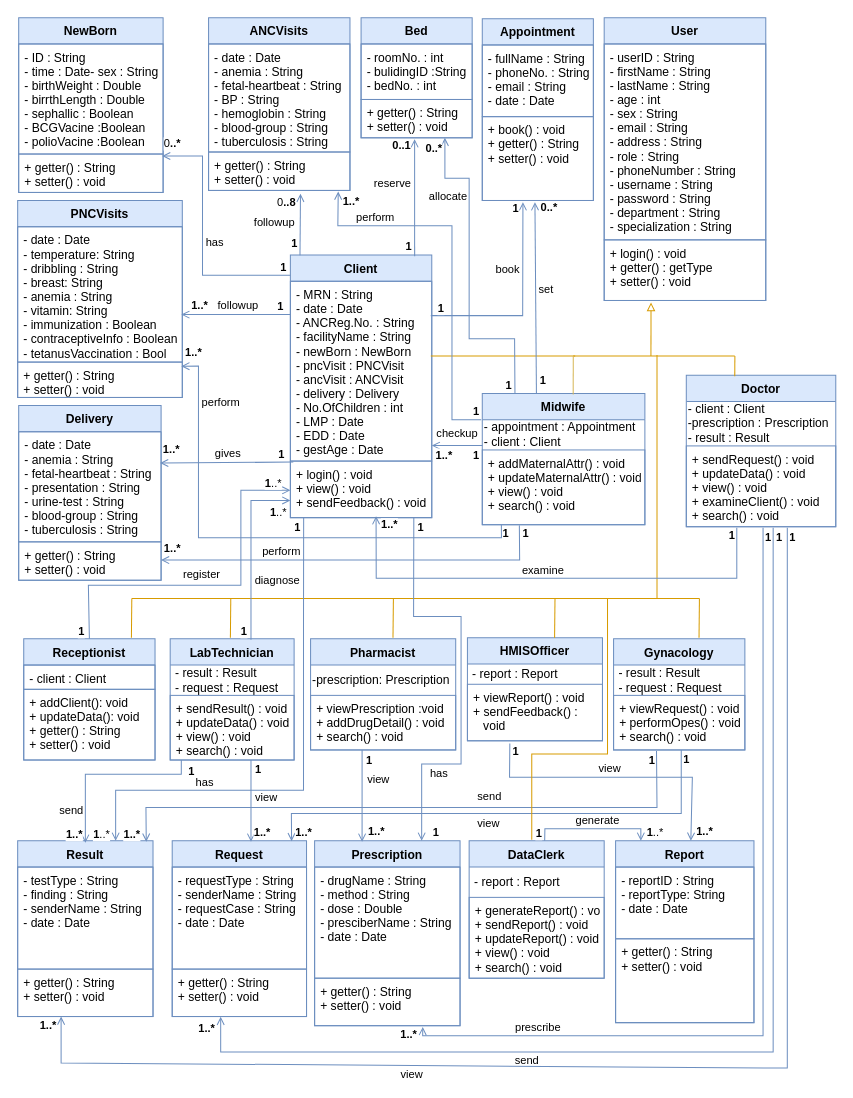
The draw.io diagram Detailed Class Diagram.drawio in fasil712/UML_Diagram_Design, before the edit. Source tidied: cells renumbered, new cells numbered last; positions are measured from the earlier drawing's top-left corner, leaving out a move shared by most shapes. Both pictures are drawn from the tidied source at 101%, with x=0, y=0 at pixel (17, 17).
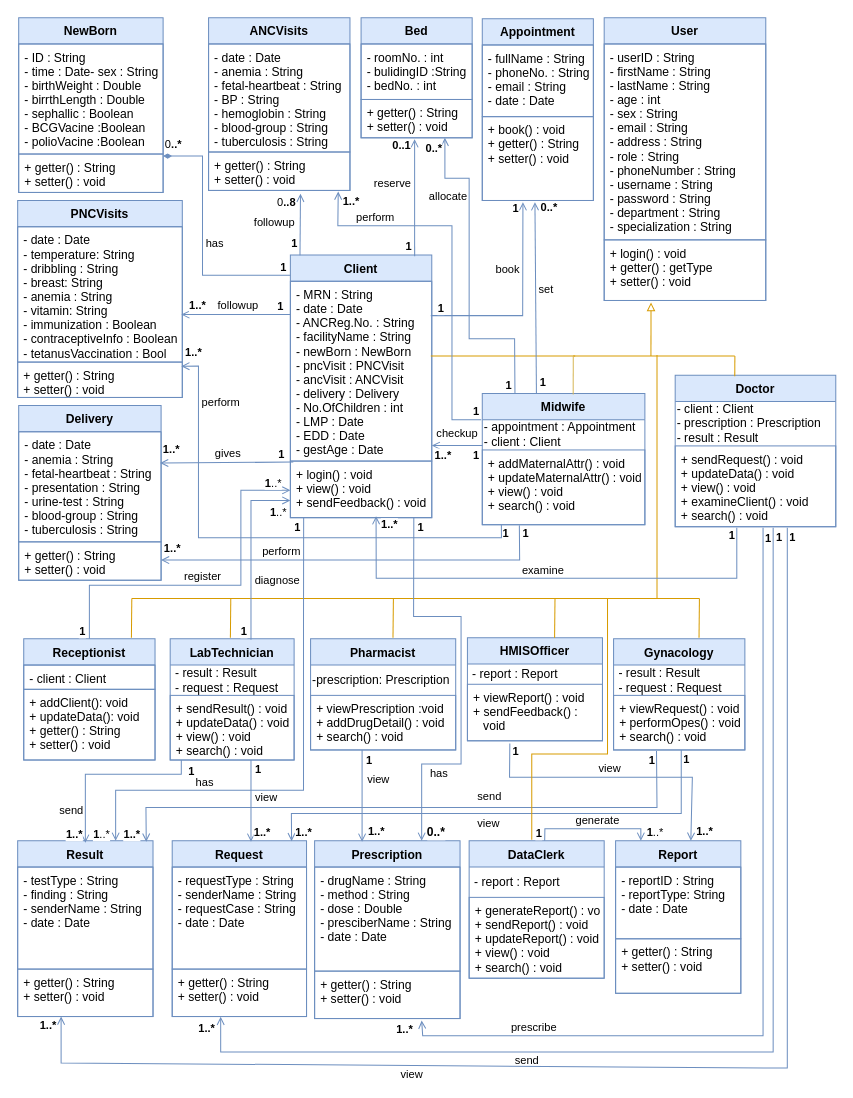
The same page after the edit.

Unchanged cells that the change refers to:
```xml
<mxCell id="46" style="endArrow=open;html=1;rounded=0;strokeWidth=1;fillColor=#dae8fc;strokeColor=#6c8ebf;endFill=0;" parent="1" edge="1">
  <mxGeometry relative="1" as="geometry">
    <mxPoint x="270" y="294" as="sourcePoint" />
    <mxPoint x="162" y="294" as="targetPoint" />
  </mxGeometry>
</mxCell>
<mxCell id="82" style="endArrow=none;html=1;rounded=0;strokeWidth=1;entryX=0.001;entryY=0.009;entryDx=0;entryDy=0;exitX=1;exitY=0.903;exitDx=0;exitDy=0;entryPerimeter=0;fillColor=#dae8fc;strokeColor=#6c8ebf;exitPerimeter=0;startArrow=open;startFill=0;" parent="1" edge="1">
  <mxGeometry relative="1" as="geometry">
    <mxPoint x="410" y="423.7" as="sourcePoint" />
    <mxPoint x="460.2" y="423.7" as="targetPoint" />
  </mxGeometry>
</mxCell>
<mxCell id="94" style="endArrow=open;html=1;rounded=0;strokeWidth=1;fillColor=#dae8fc;strokeColor=#6c8ebf;endFill=0;exitX=0.333;exitY=-0.003;exitDx=0;exitDy=0;exitPerimeter=0;entryX=0.474;entryY=1.02;entryDx=0;entryDy=0;entryPerimeter=0;" parent="1" edge="1" source="32" target="62">
  <mxGeometry relative="1" as="geometry" />
</mxCell>
<mxCell id="167" style="endArrow=open;html=1;rounded=0;strokeWidth=1;fillColor=#dae8fc;strokeColor=#6c8ebf;entryX=0.75;entryY=0;entryDx=0;entryDy=0;endFill=0;exitX=0.873;exitY=1.004;exitDx=0;exitDy=0;exitPerimeter=0;" parent="1" edge="1" source="19">
  <mxGeometry relative="1" as="geometry">
    <mxPoint x="400" y="815" as="targetPoint" />
    <Array as="points">
      <mxPoint x="392" y="593" />
      <mxPoint x="439" y="593" />
      <mxPoint x="439" y="739" />
      <mxPoint x="400" y="739" />
    </Array>
  </mxGeometry>
</mxCell>
```

Diff of the diagram source:
```diff
@@
     <mxCell id="11" value="Prescription" style="swimlane;fontStyle=1;align=center;verticalAlign=top;horizontal=1;startSize=26;strokeWidth=1;spacingTop=0;fontSize=12;strokeColor=#6c8ebf;fillColor=#dae8fc;" parent="1" vertex="1">
-      <mxGeometry x="294" y="815" width="144" height="183" as="geometry" />
+      <mxGeometry x="294" y="815" width="144" height="176" as="geometry" />
     </mxCell>
     <mxCell id="12" value="- drugName : String&#10;- method : String&#10;- dose : Double&#10;- presciberName : String&#10;- date : Date&#10;" style="text;strokeColor=#6C8EBF;fillColor=none;align=left;verticalAlign=top;spacingLeft=4;spacingRight=4;overflow=hidden;strokeWidth=1;spacingTop=0;fontSize=12;" parent="11" vertex="1">
-      <mxGeometry y="26" width="144" height="110" as="geometry" />
+      <mxGeometry y="26" width="144" height="103" as="geometry" />
     </mxCell>
     <mxCell id="13" value="+ getter() : String&#10;+ setter() : void" style="text;strokeColor=#6C8EBF;fillColor=none;align=left;verticalAlign=top;spacingLeft=4;spacingRight=4;overflow=hidden;strokeWidth=1;spacingTop=0;fontSize=12;" parent="11" vertex="1">
-      <mxGeometry y="136" width="144" height="47" as="geometry" />
+      <mxGeometry y="129" width="144" height="47" as="geometry" />
     </mxCell>
     <mxCell id="14" value="Report" style="swimlane;fontStyle=1;align=center;verticalAlign=top;horizontal=1;startSize=26;strokeWidth=1;spacingTop=0;fontSize=12;strokeColor=#6c8ebf;fillColor=#dae8fc;" parent="1" vertex="1">
-      <mxGeometry x="592" y="815" width="137" height="180" as="geometry" />
+      <mxGeometry x="592" y="815" width="124" height="151" as="geometry" />
     </mxCell>
     <mxCell id="15" value="- reportID : String&#10;- reportType: String&#10;- date : Date" style="text;strokeColor=#6C8EBF;fillColor=none;align=left;verticalAlign=top;spacingLeft=4;spacingRight=4;overflow=hidden;strokeWidth=1;spacingTop=0;fontSize=12;" parent="14" vertex="1">
-      <mxGeometry y="26" width="137" height="71" as="geometry" />
+      <mxGeometry y="26" width="124" height="71" as="geometry" />
     </mxCell>
     <mxCell id="16" value="+ getter() : String&#10;+ setter() : void" style="text;strokeColor=#6C8EBF;fillColor=none;align=left;verticalAlign=top;spacingLeft=4;spacingRight=4;overflow=hidden;strokeWidth=1;spacingTop=0;fontSize=12;" parent="14" vertex="1">
-      <mxGeometry y="97" width="137" height="83" as="geometry" />
+      <mxGeometry y="97" width="124" height="54" as="geometry" />
     </mxCell>
@@
     <mxCell id="35" value="Doctor" style="swimlane;fontStyle=1;align=center;verticalAlign=top;horizontal=1;startSize=26;strokeWidth=1;spacingTop=0;fontSize=12;strokeColor=#6c8ebf;fillColor=#dae8fc;" parent="1" vertex="1">
-      <mxGeometry x="662" y="354" width="148" height="150" as="geometry" />
+      <mxGeometry x="651" y="354" width="159" height="150" as="geometry" />
     </mxCell>
-    <mxCell id="36" value="&lt;div align=&quot;left&quot;&gt;- client : Client&lt;/div&gt;&lt;div align=&quot;left&quot;&gt;-prescription : Prescription&lt;br&gt;&lt;/div&gt;&lt;div align=&quot;left&quot;&gt;- result : Result&lt;br&gt;&lt;/div&gt;" style="text;html=1;strokeColor=none;fillColor=none;align=left;verticalAlign=middle;whiteSpace=wrap;rounded=0;" parent="35" vertex="1">
-      <mxGeometry y="26" width="148" height="44" as="geometry" />
+    <mxCell id="36" value="&lt;div align=&quot;left&quot;&gt;- client : Client&lt;/div&gt;&lt;div align=&quot;left&quot;&gt;- prescription : Prescription&lt;br&gt;&lt;/div&gt;&lt;div align=&quot;left&quot;&gt;- result : Result&lt;br&gt;&lt;/div&gt;" style="text;html=1;strokeColor=none;fillColor=none;align=left;verticalAlign=middle;whiteSpace=wrap;rounded=0;" parent="35" vertex="1">
+      <mxGeometry y="26" width="159" height="44" as="geometry" />
     </mxCell>
     <mxCell id="37" value="+ sendRequest() : void&#10;+ updateData() : void&#10;+ view() : void&#10;+ examineClient() : void&#10;+ search() : void&#10;" style="text;strokeColor=#6C8EBF;fillColor=none;align=left;verticalAlign=top;spacingLeft=4;spacingRight=4;overflow=hidden;strokeWidth=1;spacingTop=0;fontSize=12;" parent="35" vertex="1">
-      <mxGeometry y="70" width="148" height="80" as="geometry" />
+      <mxGeometry y="70" width="159" height="80" as="geometry" />
     </mxCell>
@@
-    <mxCell id="42" style="endArrow=open;html=1;rounded=0;strokeWidth=1;entryX=1;entryY=0.78;entryDx=0;entryDy=0;entryPerimeter=0;fillColor=#dae8fc;strokeColor=#6c8ebf;startArrow=none;startFill=0;endFill=0;" parent="1" edge="1">
+    <mxCell id="42" style="endArrow=diamondThin;html=1;rounded=0;strokeWidth=1;fillColor=#dae8fc;strokeColor=#6c8ebf;startArrow=none;startFill=0;endFill=1;" parent="1" edge="1">
       <mxGeometry relative="1" as="geometry">
         <mxPoint x="270" y="255" as="sourcePoint" />
-        <mxPoint x="143" y="136.9" as="targetPoint" />
+        <mxPoint x="144" y="137" as="targetPoint" />
         <Array as="points">
           <mxPoint x="183" y="255" />
           <mxPoint x="183" y="137" />
         </Array>
       </mxGeometry>
     </mxCell>
@@
     <mxCell id="49" value="&lt;b&gt;1..*&lt;/b&gt;" style="edgeLabel;html=1;align=center;verticalAlign=middle;fontSize=11;" parent="46" vertex="1">
       <mxGeometry x="0.78" y="-7" relative="1" as="geometry">
-        <mxPoint x="5" y="-3" as="offset" />
+        <mxPoint x="3" y="-3" as="offset" />
       </mxGeometry>
     </mxCell>
@@
     <mxCell id="85" value="&lt;b&gt;1..*&lt;/b&gt;" style="edgeLabel;html=1;align=center;verticalAlign=middle;fontSize=11;" parent="82" vertex="1">
       <mxGeometry x="0.86" y="-8" relative="1" as="geometry">
-        <mxPoint x="-36" y="1" as="offset" />
+        <mxPoint x="-37" y="1" as="offset" />
       </mxGeometry>
     </mxCell>
@@
     <mxCell id="96" value="&lt;b&gt;1&lt;/b&gt;" style="edgeLabel;html=1;align=center;verticalAlign=middle;fontSize=11;" parent="94" vertex="1">
       <mxGeometry x="-0.74" y="-6" relative="1" as="geometry">
-        <mxPoint y="12" as="offset" />
+        <mxPoint y="14" as="offset" />
       </mxGeometry>
     </mxCell>
@@
     <mxCell id="98" style="endArrow=none;html=1;rounded=0;strokeWidth=1;entryX=0.5;entryY=0;entryDx=0;entryDy=0;fillColor=#dae8fc;strokeColor=#6c8ebf;exitX=0;exitY=0.5;exitDx=0;exitDy=0;startArrow=open;startFill=0;" parent="1" edge="1">
       <mxGeometry relative="1" as="geometry">
         <mxPoint x="270" y="468" as="sourcePoint" />
         <mxPoint x="71" y="615" as="targetPoint" />
         <Array as="points">
           <mxPoint x="221" y="468" />
           <mxPoint x="221" y="562" />
-          <mxPoint x="70" y="562" />
+          <mxPoint x="71" y="562" />
         </Array>
       </mxGeometry>
     </mxCell>
     <mxCell id="99" value="register" style="edgeLabel;html=1;align=center;verticalAlign=middle;" parent="98" vertex="1">
       <mxGeometry x="0.43" y="-2" relative="1" as="geometry">
-        <mxPoint x="65" y="-10" as="offset" />
+        <mxPoint x="65" y="-8" as="offset" />
       </mxGeometry>
     </mxCell>
@@
-    <mxCell id="115" style="endArrow=open;html=1;rounded=0;strokeWidth=1;fillColor=#dae8fc;strokeColor=#6c8ebf;entryX=0.751;entryY=1.048;entryDx=0;entryDy=0;entryPerimeter=0;endFill=0;" parent="1" edge="1">
+    <mxCell id="115" style="endArrow=open;html=1;rounded=0;strokeWidth=1;fillColor=#dae8fc;strokeColor=#6c8ebf;endFill=0;" parent="1" edge="1">
       <mxGeometry relative="1" as="geometry">
         <mxPoint x="738" y="505" as="sourcePoint" />
-        <mxPoint x="401.1" y="999.3" as="targetPoint" />
+        <mxPoint x="400" y="993" as="targetPoint" />
         <Array as="points">
           <mxPoint x="738" y="1008" />
           <mxPoint x="401" y="1008" />
         </Array>
       </mxGeometry>
     </mxCell>
@@
     <mxCell id="118" value="&lt;b&gt;1..*&lt;/b&gt;" style="edgeLabel;html=1;align=center;verticalAlign=middle;fontSize=11;" parent="115" vertex="1">
       <mxGeometry x="0.78" y="-7" relative="1" as="geometry">
-        <mxPoint x="-100" y="5" as="offset" />
+        <mxPoint x="-98" as="offset" />
       </mxGeometry>
     </mxCell>
@@
-    <mxCell id="170" value="&lt;b&gt;1&lt;/b&gt;" style="edgeLabel;html=1;align=center;verticalAlign=middle;fontSize=11;" parent="167" vertex="1">
+    <mxCell id="170" value="&lt;font style=&quot;font-size: 12px;&quot;&gt;&lt;b&gt;0..*&lt;/b&gt;&lt;/font&gt;" style="edgeLabel;html=1;align=center;verticalAlign=middle;fontSize=11;" parent="167" vertex="1">
       <mxGeometry x="0.78" y="-7" relative="1" as="geometry">
         <mxPoint x="20" y="36" as="offset" />
       </mxGeometry>
     </mxCell>
```
